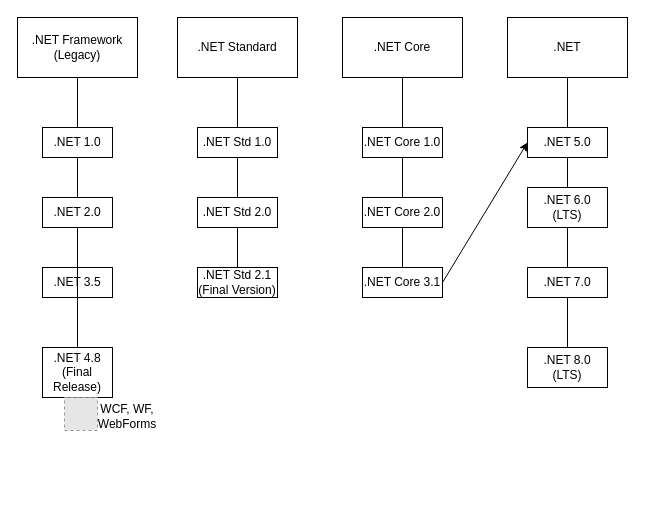
Above: page ".Net Framework" (2 of 4) of dotnet/dotnet.drawio in DebashishSarkar/spikestore (draw.io), before the change. Source tidied: cells renumbered, new cells numbered last; positions are measured from the earlier drawing's top-left corner, leaving out a move shared by most shapes. Both pictures are drawn from the tidied source at 100%, with x=0, y=0 at pixel (17, 17). Pictures stored in the file or linked from it are replaced by grey dashed boxes.
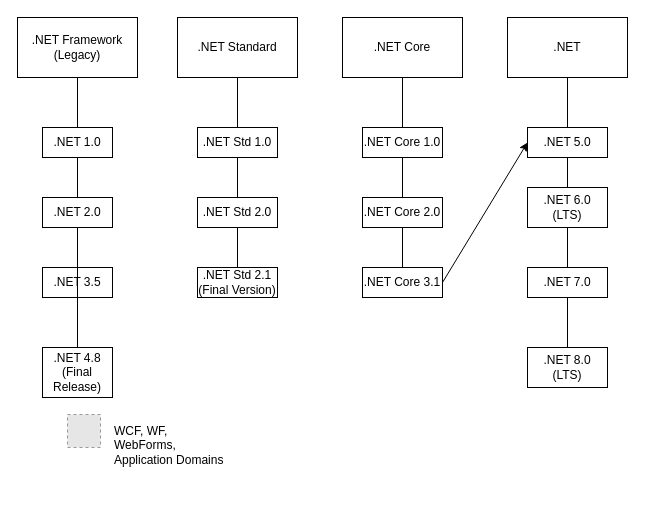
After the change.

The edit, as a diff of the source:
```diff
@@
-    <mxCell id="31" value="WCF, WF, WebForms" style="text;html=1;strokeColor=none;fillColor=none;align=center;verticalAlign=middle;whiteSpace=wrap;rounded=0;" parent="1" vertex="1">
-      <mxGeometry x="80" y="384" width="60" height="30" as="geometry" />
+    <mxCell id="31" value="WCF, WF, WebForms, Application Domains" style="text;html=1;strokeColor=none;fillColor=none;align=left;verticalAlign=top;whiteSpace=wrap;rounded=0;" parent="1" vertex="1">
+      <mxGeometry x="95" y="400" width="115" height="80" as="geometry" />
     </mxCell>
     <mxCell id="32" style="fillColor=#E6E6E6;strokeColor=#999999;dashed=1;html=1;verticalAlign=top;verticalLabelPosition=bottom;labelBackgroundColor=#ffffff;" parent="1" vertex="1">
-      <mxGeometry x="47" y="380" width="33" height="33" as="geometry" />
+      <mxGeometry x="50" y="397" width="33" height="33" as="geometry" />
     </mxCell>
```
